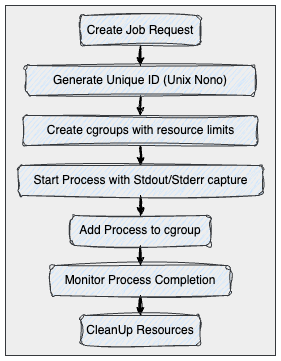
The draw.io diagram docs/job-worker-job-lifecycle.drawio.png in ehsaniara/job-worker, before a commit. Source tidied: cells renumbered, new cells last; positions are measured from the earlier drawing's top-left corner, leaving out a move shared by most shapes.
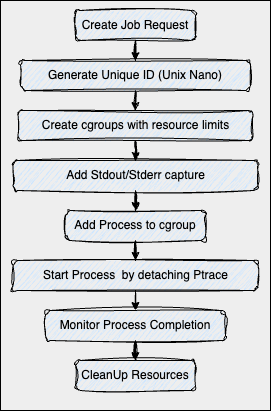
Later version of the same file.

The edit, as a diff of the source:
```diff
@@ -2,47 +2,53 @@
   <root>
     <mxCell id="0" />
     <mxCell id="1" parent="0" />
-    <mxCell id="2" style="rounded=0;whiteSpace=wrap;html=1;fillColor=#eeeeee;strokeColor=#36393d;fontColor=#000000;" parent="1" vertex="1">
-      <mxGeometry width="270" height="350" as="geometry" />
+    <mxCell id="2" style="rounded=0;whiteSpace=wrap;html=1;fillColor=#eeeeee;strokeColor=#000000;fontColor=#000000;" parent="1" vertex="1">
+      <mxGeometry width="270" height="410" as="geometry" />
     </mxCell>
     <mxCell id="3" style="edgeStyle=orthogonalEdgeStyle;rounded=0;jettySize=auto;html=1;fontColor=#000000;strokeColor=#000000;sketch=1;curveFitting=1;jiggle=2;" parent="1" edge="1" source="4" target="6">
       <mxGeometry relative="1" as="geometry" />
     </mxCell>
-    <mxCell id="4" value="Create Job Request" style="rounded=1;whiteSpace=wrap;html=1;fillColor=#cce5ff;strokeColor=#36393d;sketch=1;curveFitting=1;jiggle=2;fontColor=#000000;" parent="1" vertex="1">
+    <mxCell id="4" value="Create Job Request" style="rounded=1;whiteSpace=wrap;html=1;fillColor=#cce5ff;strokeColor=#000000;sketch=1;curveFitting=1;jiggle=2;fontColor=#000000;" parent="1" vertex="1">
       <mxGeometry x="75" y="10" width="120" height="30" as="geometry" />
     </mxCell>
     <mxCell id="5" style="edgeStyle=orthogonalEdgeStyle;rounded=0;jettySize=auto;html=1;fontColor=#000000;strokeColor=#000000;sketch=1;curveFitting=1;jiggle=2;" parent="1" edge="1" source="6" target="8">
       <mxGeometry relative="1" as="geometry" />
     </mxCell>
-    <mxCell id="6" value="Generate&amp;nbsp;&lt;span style=&quot;background-color: transparent;&quot;&gt;Unique ID (Unix Nono)&lt;/span&gt;" style="rounded=1;whiteSpace=wrap;html=1;fillColor=#cce5ff;strokeColor=#36393d;sketch=1;curveFitting=1;jiggle=2;fontColor=#000000;" parent="1" vertex="1">
+    <mxCell id="6" value="Generate&amp;nbsp;&lt;span style=&quot;background-color: transparent;&quot;&gt;Unique ID (Unix Nano)&lt;/span&gt;" style="rounded=1;whiteSpace=wrap;html=1;fillColor=#cce5ff;strokeColor=#000000;sketch=1;curveFitting=1;jiggle=2;fontColor=#000000;" parent="1" vertex="1">
       <mxGeometry x="20" y="60" width="230" height="30" as="geometry" />
     </mxCell>
     <mxCell id="7" style="edgeStyle=orthogonalEdgeStyle;rounded=0;jettySize=auto;html=1;fontColor=#000000;strokeColor=#000000;sketch=1;curveFitting=1;jiggle=2;" parent="1" edge="1" source="8" target="10">
       <mxGeometry relative="1" as="geometry" />
     </mxCell>
-    <mxCell id="8" value="Create&amp;nbsp;&lt;span style=&quot;background-color: transparent;&quot;&gt;cgroups with resource&amp;nbsp;&lt;/span&gt;&lt;span style=&quot;background-color: transparent;&quot;&gt;limits&lt;/span&gt;" style="rounded=1;whiteSpace=wrap;html=1;fillColor=#cce5ff;strokeColor=#36393d;sketch=1;curveFitting=1;jiggle=2;fontColor=#000000;" parent="1" vertex="1">
+    <mxCell id="8" value="Create&amp;nbsp;&lt;span style=&quot;background-color: transparent;&quot;&gt;cgroups with resource&amp;nbsp;&lt;/span&gt;&lt;span style=&quot;background-color: transparent;&quot;&gt;limits&lt;/span&gt;" style="rounded=1;whiteSpace=wrap;html=1;fillColor=#cce5ff;strokeColor=#000000;sketch=1;curveFitting=1;jiggle=2;fontColor=#000000;" parent="1" vertex="1">
       <mxGeometry x="17.5" y="110" width="235" height="30" as="geometry" />
     </mxCell>
     <mxCell id="9" style="edgeStyle=orthogonalEdgeStyle;rounded=0;jettySize=auto;html=1;fontColor=#000000;strokeColor=#000000;sketch=1;curveFitting=1;jiggle=2;" parent="1" edge="1" source="10" target="12">
       <mxGeometry relative="1" as="geometry" />
     </mxCell>
-    <mxCell id="10" value="Start Process with Stdout/Stderr capture" style="rounded=1;whiteSpace=wrap;html=1;fillColor=#cce5ff;strokeColor=#36393d;sketch=1;curveFitting=1;jiggle=2;fontColor=#000000;" parent="1" vertex="1">
+    <mxCell id="10" value="Add Stdout/Stderr capture" style="rounded=1;whiteSpace=wrap;html=1;fillColor=#cce5ff;strokeColor=#000000;sketch=1;curveFitting=1;jiggle=2;fontColor=#000000;" parent="1" vertex="1">
       <mxGeometry x="12.5" y="160" width="245" height="30" as="geometry" />
     </mxCell>
-    <mxCell id="11" style="edgeStyle=orthogonalEdgeStyle;rounded=0;jettySize=auto;html=1;fontColor=#000000;strokeColor=#000000;sketch=1;curveFitting=1;jiggle=2;" parent="1" edge="1" source="12" target="14">
+    <mxCell id="11" style="edgeStyle=orthogonalEdgeStyle;rounded=0;jettySize=auto;html=1;fontColor=#000000;strokeColor=#000000;sketch=1;curveFitting=1;jiggle=2;entryX=0.5;entryY=0;entryDx=0;entryDy=0;" parent="1" edge="1" source="12" target="17">
       <mxGeometry relative="1" as="geometry" />
     </mxCell>
-    <mxCell id="12" value="Add Process to cgroup" style="rounded=1;whiteSpace=wrap;html=1;fillColor=#cce5ff;strokeColor=#36393d;sketch=1;curveFitting=1;jiggle=2;fontColor=#000000;" parent="1" vertex="1">
+    <mxCell id="12" value="Add Process to cgroup" style="rounded=1;whiteSpace=wrap;html=1;fillColor=#cce5ff;strokeColor=#000000;sketch=1;curveFitting=1;jiggle=2;fontColor=#000000;" parent="1" vertex="1">
       <mxGeometry x="65" y="210" width="140" height="30" as="geometry" />
     </mxCell>
     <mxCell id="13" style="edgeStyle=orthogonalEdgeStyle;rounded=0;jettySize=auto;html=1;fontColor=#000000;strokeColor=#000000;sketch=1;curveFitting=1;jiggle=2;" parent="1" edge="1" source="14" target="15">
       <mxGeometry relative="1" as="geometry" />
     </mxCell>
-    <mxCell id="14" value="Monitor Process Completion" style="rounded=1;whiteSpace=wrap;html=1;fillColor=#cce5ff;strokeColor=#36393d;sketch=1;curveFitting=1;jiggle=2;fontColor=#000000;" parent="1" vertex="1">
-      <mxGeometry x="45" y="260" width="180" height="30" as="geometry" />
+    <mxCell id="14" value="Monitor Process Completion" style="rounded=1;whiteSpace=wrap;html=1;fillColor=#cce5ff;strokeColor=#000000;sketch=1;curveFitting=1;jiggle=2;fontColor=#000000;" parent="1" vertex="1">
+      <mxGeometry x="45" y="310" width="180" height="30" as="geometry" />
     </mxCell>
-    <mxCell id="15" value="CleanUp Resources" style="rounded=1;whiteSpace=wrap;html=1;fillColor=#cce5ff;strokeColor=#36393d;sketch=1;curveFitting=1;jiggle=2;fontColor=#000000;" parent="1" vertex="1">
-      <mxGeometry x="75" y="310" width="120" height="30" as="geometry" />
+    <mxCell id="15" value="CleanUp Resources" style="rounded=1;whiteSpace=wrap;html=1;fillColor=#cce5ff;strokeColor=#000000;sketch=1;curveFitting=1;jiggle=2;fontColor=#000000;" parent="1" vertex="1">
+      <mxGeometry x="75" y="360" width="120" height="30" as="geometry" />
     </mxCell>
+    <mxCell id="16" style="edgeStyle=orthogonalEdgeStyle;rounded=0;jettySize=auto;html=1;exitX=0.5;exitY=1;exitDx=0;exitDy=0;entryX=0.5;entryY=0;entryDx=0;entryDy=0;strokeColor=#000000;sketch=1;curveFitting=1;jiggle=2;" parent="1" edge="1" source="17" target="14">
+      <mxGeometry relative="1" as="geometry" />
+    </mxCell>
+    <mxCell id="17" value="Start Process&amp;nbsp; by detaching Ptrace" style="rounded=1;whiteSpace=wrap;html=1;fillColor=#cce5ff;strokeColor=#000000;sketch=1;curveFitting=1;jiggle=2;fontColor=#000000;" parent="1" vertex="1">
+      <mxGeometry x="12.5" y="260" width="245" height="30" as="geometry" />
+    </mxCell>
   </root>
 </mxGraphModel>
```
